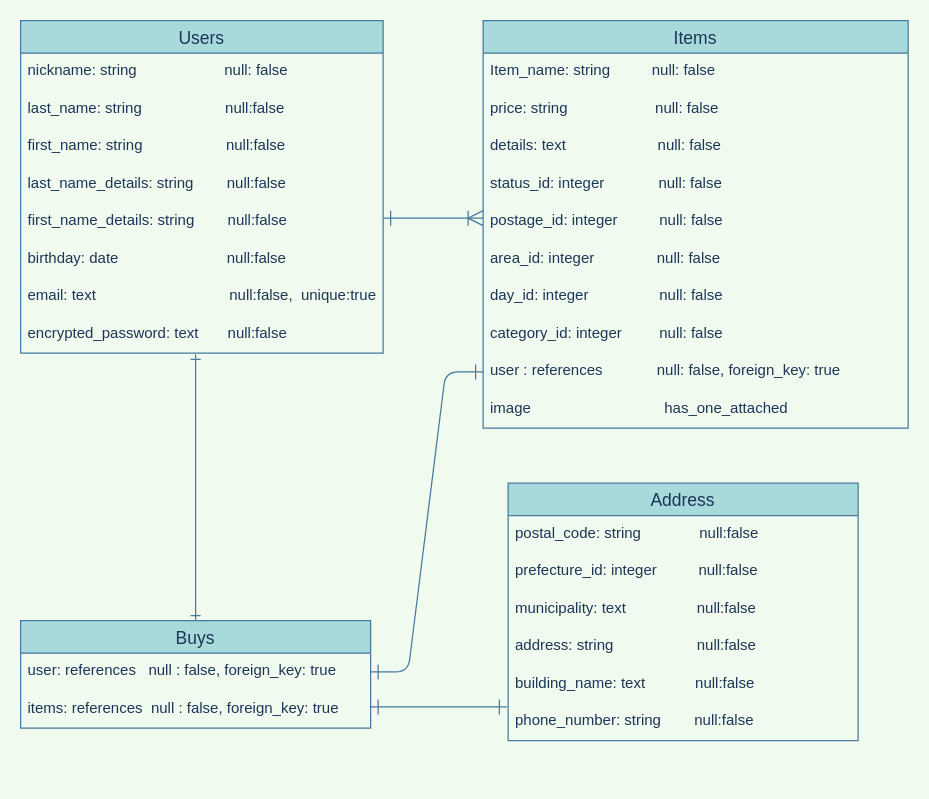
The draw.io diagram ER_furima.dio in murata3152/furima-35682, before the edit. Source tidied: cells renumbered, new cells numbered last; positions are measured from the earlier drawing's top-left corner, leaving out a move shared by most shapes. Both pictures are drawn from the tidied source at 125%, with x=0, y=0 at pixel (20, 20).
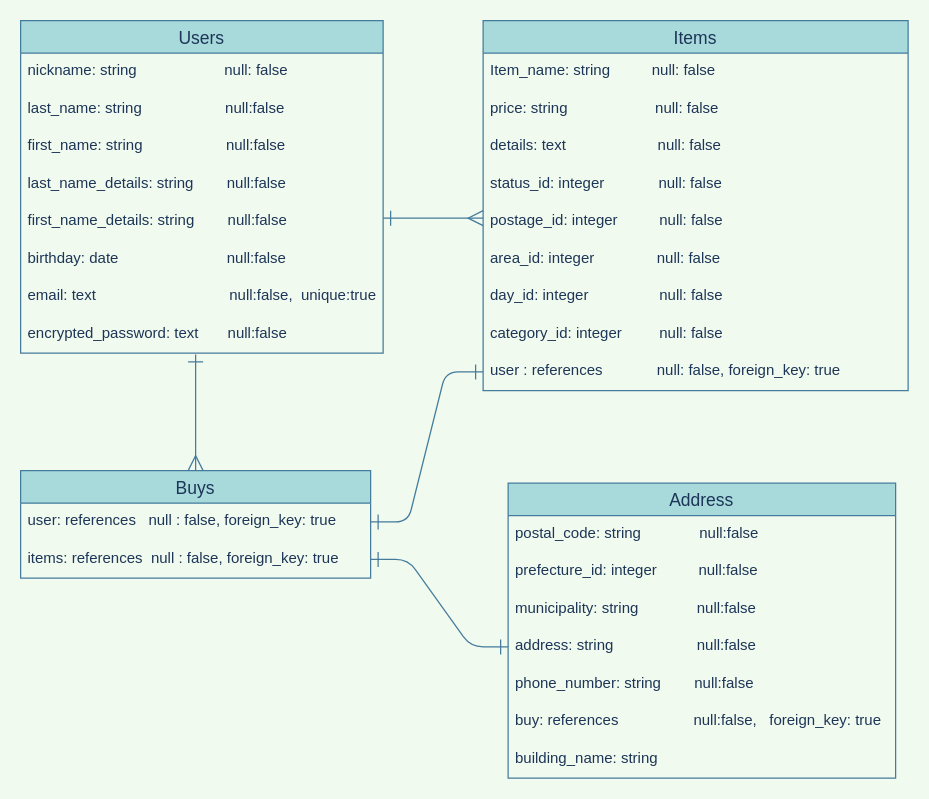
After the change.

Unchanged cells that the change refers to:
```xml
<mxCell id="25" value="items: references  null : false, foreign_key: true" style="text;strokeColor=none;fillColor=none;spacingLeft=4;spacingRight=4;overflow=hidden;points=[[0,0.5],[1,0.5]];portConstraint=eastwest;fontSize=12;fontColor=#1D3557;" parent="23" vertex="1">
  <mxGeometry y="56" width="280" height="30" as="geometry" />
</mxCell>
```

The edit, as a diff of the source:
```diff
@@
     <mxCell id="11" value="Items" style="swimlane;fontStyle=0;horizontal=1;startSize=26;align=center;fontSize=14;labelBackgroundColor=none;fillColor=#A8DADC;strokeColor=#457B9D;fontColor=#1D3557;" parent="1" vertex="1">
-      <mxGeometry x="370" width="340" height="326" as="geometry" />
+      <mxGeometry x="370" width="340" height="296" as="geometry" />
     </mxCell>
@@
-    <mxCell id="21" value="image                                has_one_attached" style="text;strokeColor=none;fillColor=none;spacingLeft=4;spacingRight=4;overflow=hidden;fontSize=12;labelBackgroundColor=none;labelBorderColor=none;fontColor=#1D3557;" parent="11" vertex="1">
-      <mxGeometry y="296" width="340" height="30" as="geometry" />
-    </mxCell>
-    <mxCell id="22" style="edgeStyle=entityRelationEdgeStyle;fontSize=12;html=1;endArrow=ERoneToMany;entryX=0;entryY=0.5;entryDx=0;entryDy=0;endSize=10;sourcePerimeterSpacing=0;startSize=10;strokeColor=#457B9D;fontColor=#1D3557;labelBackgroundColor=#F1FAEE;startArrow=ERone;startFill=0;" parent="1" edge="1">
+    <mxCell id="22" style="edgeStyle=entityRelationEdgeStyle;fontSize=12;html=1;endArrow=ERmany;entryX=0;entryY=0.5;entryDx=0;entryDy=0;endSize=10;sourcePerimeterSpacing=0;startSize=10;strokeColor=#457B9D;fontColor=#1D3557;labelBackgroundColor=#F1FAEE;startArrow=ERone;startFill=0;endFill=0;" parent="1" edge="1">
       <mxGeometry relative="1" as="geometry">
         <mxPoint x="290" y="158" as="sourcePoint" />
         <mxPoint x="370" y="158" as="targetPoint" />
       </mxGeometry>
     </mxCell>
     <mxCell id="23" value="Buys" style="swimlane;fontStyle=0;horizontal=1;startSize=26;align=center;fontSize=14;fillColor=#A8DADC;strokeColor=#457B9D;fontColor=#1D3557;" parent="1" vertex="1">
-      <mxGeometry y="480" width="280" height="86" as="geometry" />
+      <mxGeometry y="360" width="280" height="86" as="geometry" />
     </mxCell>
@@
     <mxCell id="26" value="Address" style="swimlane;fontStyle=0;horizontal=1;startSize=26;align=center;fontSize=14;fillColor=#A8DADC;strokeColor=#457B9D;fontColor=#1D3557;" parent="1" vertex="1">
-      <mxGeometry x="390" y="370" width="280" height="206" as="geometry" />
+      <mxGeometry x="390" y="370" width="310" height="236" as="geometry" />
     </mxCell>
     <mxCell id="27" value="postal_code: string              null:false" style="text;strokeColor=none;fillColor=none;spacingLeft=4;spacingRight=4;overflow=hidden;fontSize=12;fontColor=#1D3557;" parent="26" vertex="1">
-      <mxGeometry y="26" width="280" height="30" as="geometry" />
+      <mxGeometry y="26" width="310" height="30" as="geometry" />
     </mxCell>
     <mxCell id="28" value="prefecture_id: integer          null:false" style="text;strokeColor=none;fillColor=none;spacingLeft=4;spacingRight=4;overflow=hidden;fontSize=12;fontColor=#1D3557;" parent="26" vertex="1">
-      <mxGeometry y="56" width="280" height="30" as="geometry" />
+      <mxGeometry y="56" width="310" height="30" as="geometry" />
     </mxCell>
-    <mxCell id="29" value="municipality: text                 null:false" style="text;strokeColor=none;fillColor=none;spacingLeft=4;spacingRight=4;overflow=hidden;fontSize=12;fontColor=#1D3557;" parent="26" vertex="1">
-      <mxGeometry y="86" width="280" height="30" as="geometry" />
+    <mxCell id="29" value="municipality: string              null:false" style="text;strokeColor=none;fillColor=none;spacingLeft=4;spacingRight=4;overflow=hidden;fontSize=12;fontColor=#1D3557;" parent="26" vertex="1">
+      <mxGeometry y="86" width="310" height="30" as="geometry" />
     </mxCell>
     <mxCell id="30" value="address: string                    null:false" style="text;strokeColor=none;fillColor=none;spacingLeft=4;spacingRight=4;overflow=hidden;points=[[0,0.5],[1,0.5]];portConstraint=eastwest;fontSize=12;fontColor=#1D3557;" parent="26" vertex="1">
-      <mxGeometry y="116" width="280" height="30" as="geometry" />
+      <mxGeometry y="116" width="310" height="30" as="geometry" />
     </mxCell>
+    <mxCell id="32" value="phone_number: string        null:false" style="text;strokeColor=none;fillColor=none;spacingLeft=4;spacingRight=4;overflow=hidden;fontSize=12;fontColor=#1D3557;" parent="26" vertex="1">
+      <mxGeometry y="146" width="310" height="30" as="geometry" />
+    </mxCell>
+    <mxCell id="36" value="buy: references                  null:false,   foreign_key: true" style="text;strokeColor=none;fillColor=none;spacingLeft=4;spacingRight=4;overflow=hidden;fontSize=12;fontColor=#1D3557;" parent="26" vertex="1">
+      <mxGeometry y="176" width="310" height="30" as="geometry" />
+    </mxCell>
-    <mxCell id="31" value="building_name: text            null:false" style="text;strokeColor=none;fillColor=none;spacingLeft=4;spacingRight=4;overflow=hidden;fontSize=12;fontColor=#1D3557;" parent="26" vertex="1">
-      <mxGeometry y="146" width="280" height="30" as="geometry" />
+    <mxCell id="31" value="building_name: string            " style="text;strokeColor=none;fillColor=none;spacingLeft=4;spacingRight=4;overflow=hidden;fontSize=12;fontColor=#1D3557;" parent="26" vertex="1">
+      <mxGeometry y="206" width="310" height="30" as="geometry" />
     </mxCell>
-    <mxCell id="32" value="phone_number: string        null:false" style="text;strokeColor=none;fillColor=none;spacingLeft=4;spacingRight=4;overflow=hidden;fontSize=12;fontColor=#1D3557;" parent="26" vertex="1">
-      <mxGeometry y="176" width="280" height="30" as="geometry" />
-    </mxCell>
@@
-    <mxCell id="34" style="edgeStyle=entityRelationEdgeStyle;fontSize=12;html=1;endArrow=ERone;startArrow=ERone;endSize=10;startSize=10;strokeColor=#457B9D;fontColor=#1D3557;labelBackgroundColor=#F1FAEE;startFill=0;endFill=0;" parent="1" edge="1">
-      <mxGeometry relative="1" as="geometry">
-        <mxPoint x="280" y="549" as="sourcePoint" />
-        <mxPoint x="389" y="549" as="targetPoint" />
-      </mxGeometry>
+    <mxCell id="34" style="edgeStyle=entityRelationEdgeStyle;fontSize=12;html=1;endArrow=ERone;startArrow=ERone;endSize=10;startSize=10;strokeColor=#457B9D;fontColor=#1D3557;labelBackgroundColor=#F1FAEE;startFill=0;endFill=0;exitX=1;exitY=0.5;exitDx=0;exitDy=0;entryX=0;entryY=0.5;entryDx=0;entryDy=0;" parent="1" edge="1" source="25" target="30">
+      <mxGeometry relative="1" as="geometry" />
     </mxCell>
-    <mxCell id="35" style="fontSize=12;html=1;endArrow=ERone;startArrow=ERone;strokeColor=#457B9D;fillColor=#A8DADC;exitX=0.5;exitY=0;exitDx=0;exitDy=0;startFill=0;endFill=0;" parent="1" edge="1" source="23">
+    <mxCell id="35" style="fontSize=12;html=1;endArrow=ERone;startArrow=ERmany;strokeColor=#457B9D;fillColor=#A8DADC;exitX=0.5;exitY=0;exitDx=0;exitDy=0;startFill=0;endFill=0;endSize=10;startSize=10;" parent="1" edge="1" source="23">
       <mxGeometry relative="1" as="geometry">
         <mxPoint x="140" y="267" as="targetPoint" />
       </mxGeometry>
     </mxCell>
```
